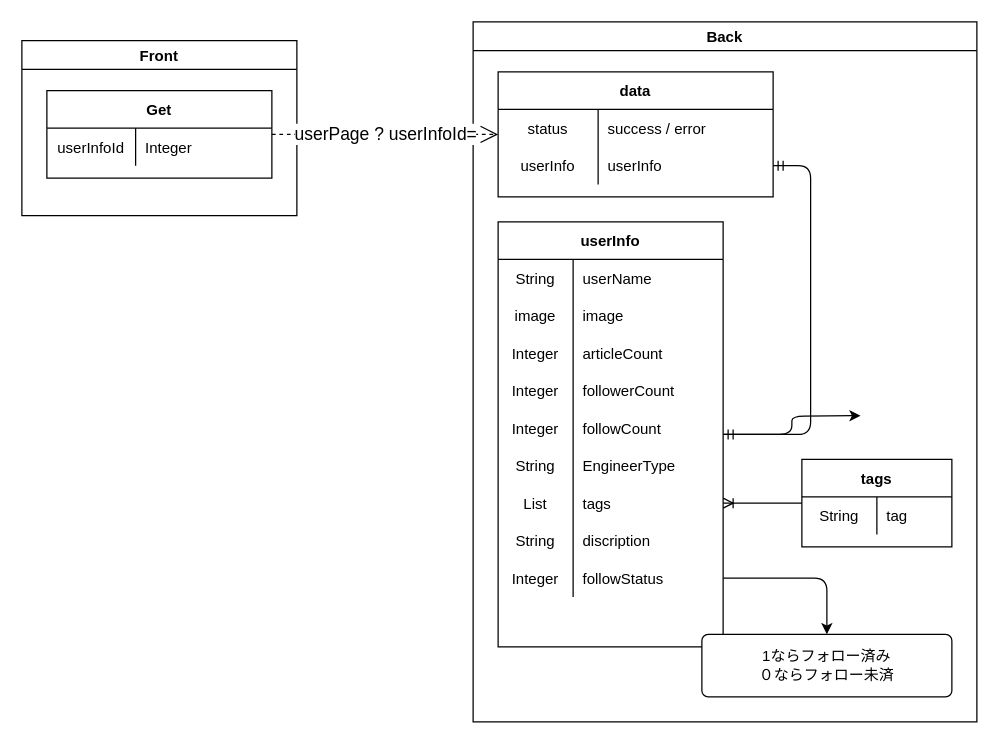
Before: page "[表示]マイページ" (4 of 17) of Designs/基本設計.drawio in yusuke-rakus/Qiish, a draw.io diagram. Source tidied: cells renumbered, new cells numbered last; positions are measured from the earlier drawing's top-left corner, leaving out a move shared by most shapes. Both pictures are drawn from the tidied source at 125%, with x=0, y=0 at pixel (21, 21).
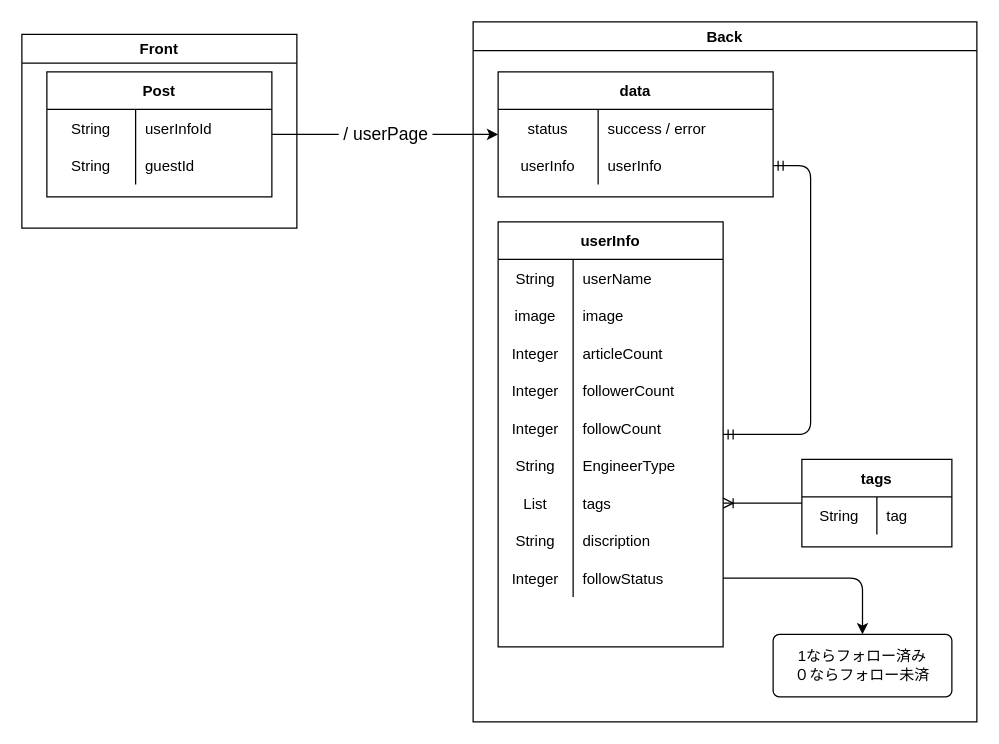
After the change.

The change refers to these unchanged cells:
```xml
<mxCell id="4" style="shape=partialRectangle;fillColor=none;top=0;left=0;bottom=0;right=0;" parent="3" vertex="1">
  <mxGeometry y="30" width="180" height="30" as="geometry" />
</mxCell>
<mxCell id="7" value="Back" style="swimlane;" parent="1" vertex="1">
  <mxGeometry x="361" width="403" height="560" as="geometry" />
</mxCell>
<mxCell id="8" value="data" style="shape=table;startSize=30;childLayout=tableLayout;rowLines=0;fontStyle=1;align=center;" parent="7" vertex="1">
  <mxGeometry x="20" y="40" width="220" height="100" as="geometry" />
</mxCell>
<mxCell id="15" value="userInfo" style="shape=table;startSize=30;childLayout=tableLayout;rowLines=0;fontStyle=1;align=center;" parent="7" vertex="1">
  <mxGeometry x="20" y="160" width="180" height="340" as="geometry" />
</mxCell>
```

Diff of the diagram source:
```diff
@@
     <mxCell id="2" value="Front" style="swimlane;" parent="1" vertex="1">
-      <mxGeometry y="15" width="220" height="140" as="geometry" />
+      <mxGeometry y="10" width="220" height="155" as="geometry" />
     </mxCell>
-    <mxCell id="3" value="Get" style="shape=table;startSize=30;childLayout=tableLayout;rowLines=0;fontStyle=1;align=center;" parent="2" vertex="1">
-      <mxGeometry x="20" y="40" width="180" height="70" as="geometry" />
+    <mxCell id="3" value="Post" style="shape=table;startSize=30;childLayout=tableLayout;rowLines=0;fontStyle=1;align=center;" parent="2" vertex="1">
+      <mxGeometry x="20" y="30" width="180" height="100" as="geometry" />
     </mxCell>
@@
-    <mxCell id="5" value="userInfoId" style="shape=partialRectangle;fillColor=none;top=0;left=0;bottom=0;right=0;overflow=hidden;fontStyle=0;" parent="4" vertex="1">
+    <mxCell id="5" value="String" style="shape=partialRectangle;fillColor=none;top=0;left=0;bottom=0;right=0;overflow=hidden;fontStyle=0;" parent="4" vertex="1">
       <mxGeometry width="71" height="30" as="geometry" />
     </mxCell>
-    <mxCell id="6" value="Integer" style="shape=partialRectangle;fillColor=none;top=0;left=0;bottom=0;right=0;align=left;spacingLeft=6;overflow=hidden;" parent="4" vertex="1">
+    <mxCell id="6" value="userInfoId" style="shape=partialRectangle;fillColor=none;top=0;left=0;bottom=0;right=0;align=left;spacingLeft=6;overflow=hidden;" parent="4" vertex="1">
       <mxGeometry x="71" width="109" height="30" as="geometry" />
     </mxCell>
+    <mxCell id="53" style="shape=partialRectangle;fillColor=none;top=0;left=0;bottom=0;right=0;" parent="3" vertex="1">
+      <mxGeometry y="60" width="180" height="30" as="geometry" />
+    </mxCell>
+    <mxCell id="54" value="String" style="shape=partialRectangle;fillColor=none;top=0;left=0;bottom=0;right=0;overflow=hidden;fontStyle=0;" parent="53" vertex="1">
+      <mxGeometry width="71" height="30" as="geometry" />
+    </mxCell>
+    <mxCell id="55" value="guestId" style="shape=partialRectangle;fillColor=none;top=0;left=0;bottom=0;right=0;align=left;spacingLeft=6;overflow=hidden;" parent="53" vertex="1">
+      <mxGeometry x="71" width="109" height="30" as="geometry" />
+    </mxCell>
@@
     <mxCell id="49" value="1ならフォロー済み&lt;br&gt;０ならフォロー未済" style="rounded=1;arcSize=10;whiteSpace=wrap;html=1;align=center;" parent="7" vertex="1">
-      <mxGeometry x="183" y="490" width="200" height="50" as="geometry" />
+      <mxGeometry x="240" y="490" width="143" height="50" as="geometry" />
     </mxCell>
@@
-    <mxCell id="51" value="&lt;font style=&quot;font-size: 14px&quot;&gt;userPage ? userInfoId=&lt;br&gt;&lt;/font&gt;" style="endArrow=open;endSize=12;dashed=1;html=1;" parent="1" edge="1" source="3" target="8">
+    <mxCell id="51" value="&lt;font style=&quot;font-size: 14px&quot;&gt;&amp;nbsp;/ userPage&amp;nbsp;&lt;/font&gt;" style="edgeStyle=none;html=1;" parent="1" edge="1" source="3" target="8">
       <mxGeometry relative="1" as="geometry" />
     </mxCell>
-    <mxCell id="52" style="edgeStyle=orthogonalEdgeStyle;html=1;" parent="1" edge="1" source="15">
-      <mxGeometry relative="1" as="geometry">
-        <mxPoint x="671" y="315" as="targetPoint" />
-      </mxGeometry>
-    </mxCell>
```
